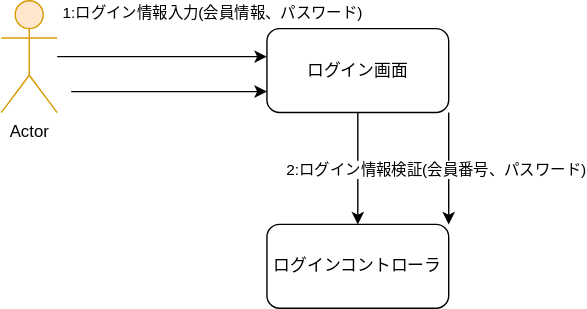
Before: 図5-1 コミュニケーション図の例.drawio.svg, a diagram exported from draw.io (Skypeace8585/uml-introduction). Source tidied: cells renumbered, new cells last; positions are measured from the earlier drawing's top-left corner, leaving out a move shared by most shapes.
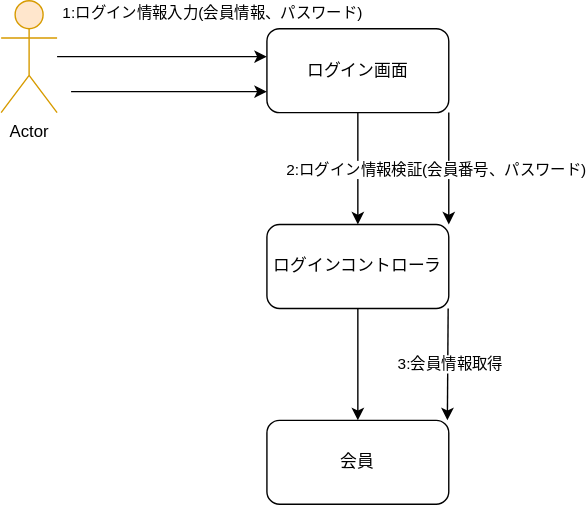
After the commit.

Diff of the diagram source:
```diff
@@ -26,6 +26,9 @@
         <mxPoint x="30" y="-57" as="offset" />
       </mxGeometry>
     </mxCell>
+    <mxCell id="11" style="edgeStyle=none;html=1;" parent="1" edge="1" source="8" target="12">
+      <mxGeometry relative="1" as="geometry" />
+    </mxCell>
     <mxCell id="8" value="ログインコントローラ" style="rounded=1;whiteSpace=wrap;html=1;" parent="1" vertex="1">
       <mxGeometry x="190" y="160" width="130" height="60" as="geometry" />
     </mxCell>
@@ -40,5 +43,19 @@
         <mxPoint x="-10" as="offset" />
       </mxGeometry>
     </mxCell>
+    <mxCell id="12" value="会員" style="rounded=1;whiteSpace=wrap;html=1;" parent="1" vertex="1">
+      <mxGeometry x="190" y="300" width="130" height="60" as="geometry" />
+    </mxCell>
+    <mxCell id="13" style="endArrow=classic;html=1;" parent="1" edge="1">
+      <mxGeometry relative="1" as="geometry">
+        <mxPoint x="319.6" y="220" as="sourcePoint" />
+        <mxPoint x="319" y="300" as="targetPoint" />
+      </mxGeometry>
+    </mxCell>
+    <mxCell id="14" value="3:会員情報取得" style="edgeLabel;html=1;align=center;verticalAlign=middle;" parent="13" vertex="1">
+      <mxGeometry relative="1" as="geometry">
+        <mxPoint x="1" as="offset" />
+      </mxGeometry>
+    </mxCell>
   </root>
 </mxGraphModel>
```
